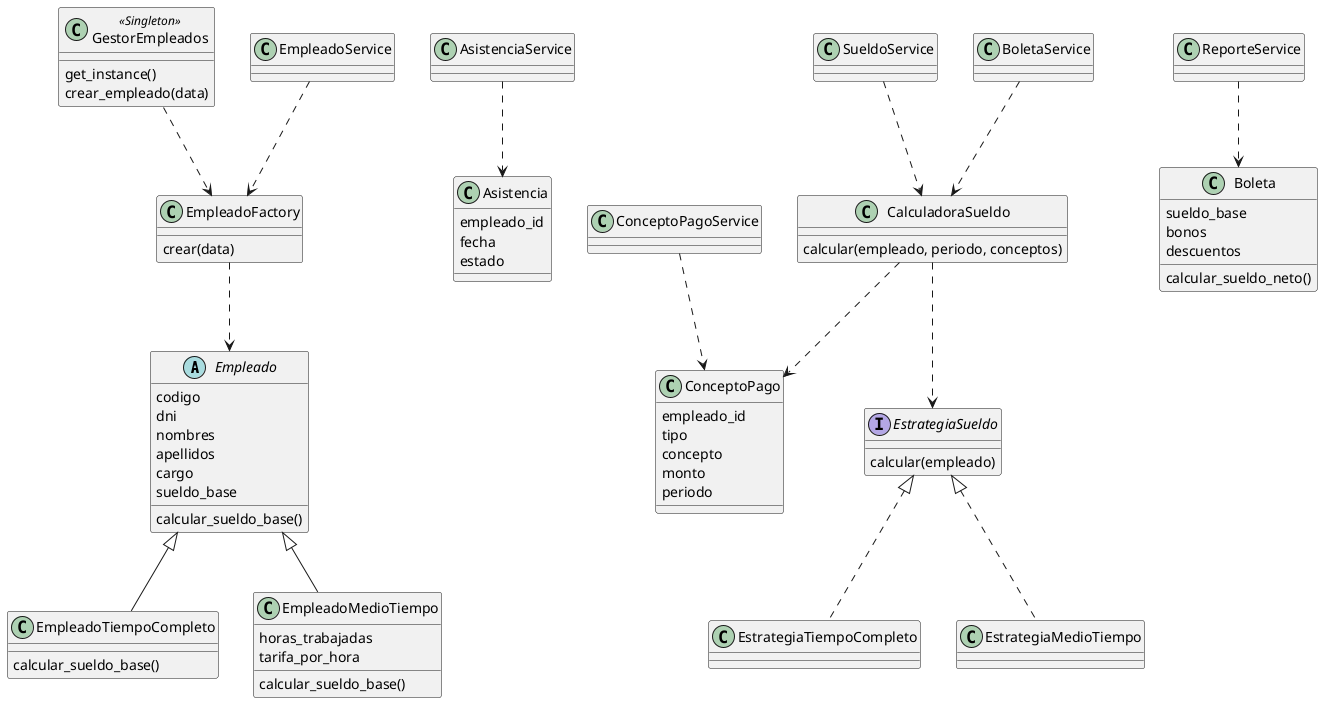
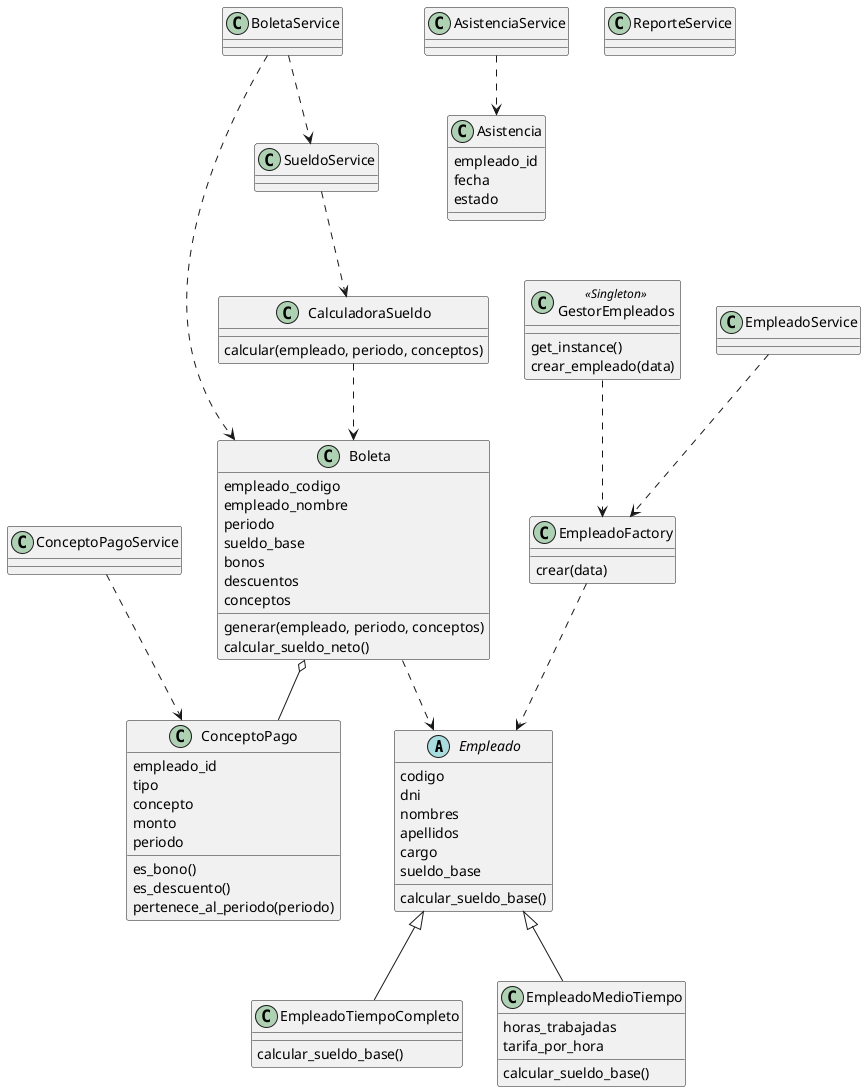
@startuml
skinparam classAttributeIconSize 0

abstract class Empleado {
  codigo
  dni
  nombres
  apellidos
  cargo
  sueldo_base
  calcular_sueldo_base()
}

class EmpleadoTiempoCompleto {
  calcular_sueldo_base()
}

class EmpleadoMedioTiempo {
  horas_trabajadas
  tarifa_por_hora
  calcular_sueldo_base()
}

class Asistencia {
  empleado_id
  fecha
  estado
}

class ConceptoPago {
  empleado_id
  tipo
  concepto
  monto
  periodo
+   es_bono()
+   es_descuento()
+   pertenece_al_periodo(periodo)
}

class Boleta {
+   empleado_codigo
+   empleado_nombre
+   periodo
  sueldo_base
  bonos
  descuentos
+   conceptos
+   generar(empleado, periodo, conceptos)
  calcular_sueldo_neto()
}

class EmpleadoFactory {
  crear(data)
}

class GestorEmpleados <<Singleton>> {
  get_instance()
  crear_empleado(data)
}
- 
- interface EstrategiaSueldo {
-   calcular(empleado)
- }
- 
- class EstrategiaTiempoCompleto
- class EstrategiaMedioTiempo

class CalculadoraSueldo {
  calcular(empleado, periodo, conceptos)
}

class EmpleadoService
class AsistenciaService
class ConceptoPagoService
class SueldoService
class BoletaService
class ReporteService

Empleado <|-- EmpleadoTiempoCompleto
Empleado <|-- EmpleadoMedioTiempo
- EstrategiaSueldo <|.. EstrategiaTiempoCompleto
- EstrategiaSueldo <|.. EstrategiaMedioTiempo
EmpleadoFactory ..> Empleado
GestorEmpleados ..> EmpleadoFactory
- CalculadoraSueldo ..> EstrategiaSueldo
- CalculadoraSueldo ..> ConceptoPago
- BoletaService ..> CalculadoraSueldo
+ Boleta ..> Empleado
+ Boleta o-- ConceptoPago
+ CalculadoraSueldo ..> Boleta
+ BoletaService ..> Boleta
+ BoletaService ..> SueldoService
SueldoService ..> CalculadoraSueldo
EmpleadoService ..> EmpleadoFactory
AsistenciaService ..> Asistencia
ConceptoPagoService ..> ConceptoPago
- ReporteService ..> Boleta

@enduml
